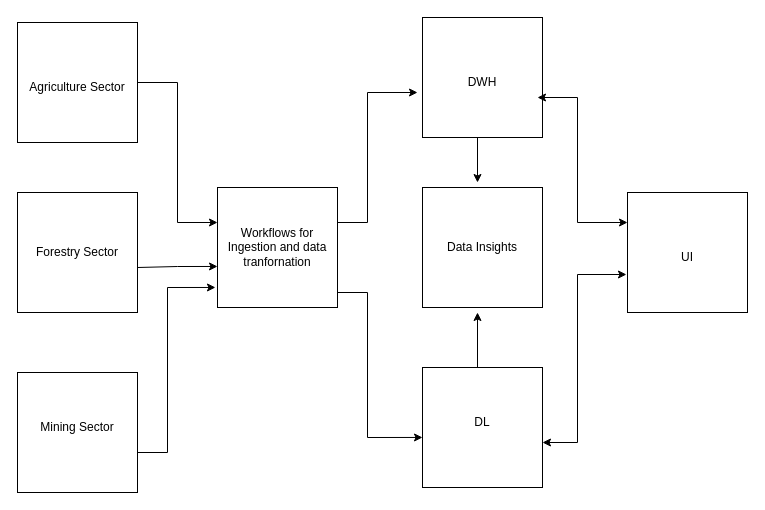
Earlier version of the draw.io diagram utils/Untitled Diagram.drawio (anapitalai/apec). Source tidied: cells renumbered, new cells numbered last; positions are measured from the earlier drawing's top-left corner, leaving out a move shared by most shapes. Both pictures are drawn from the tidied source at 100%, with x=0, y=0 at pixel (17, 17).
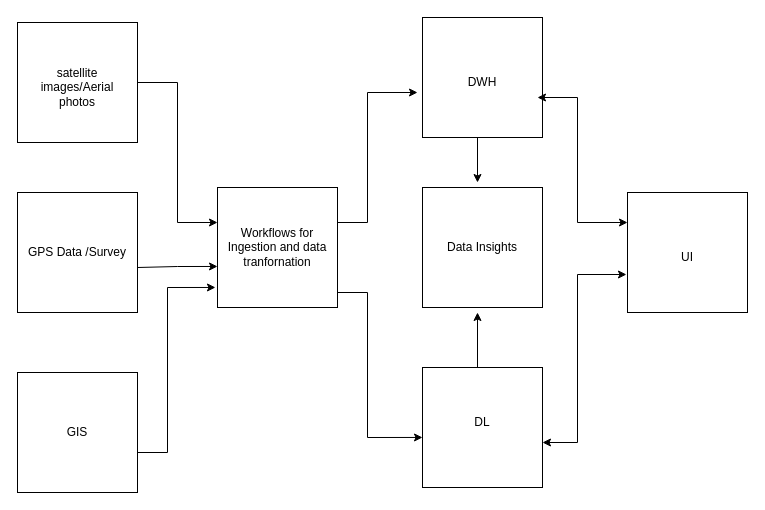
After the change.

Change to the diagram source:
```diff
@@
-    <mxCell id="4" style="whiteSpace=wrap;html=1;" parent="1" vertex="1">
+    <mxCell id="4" value="GIS" style="whiteSpace=wrap;html=1;" parent="1" vertex="1">
       <mxGeometry y="355" width="120" height="120" as="geometry" />
     </mxCell>
-    <mxCell id="5" value="Agriculture Sector" style="text;html=1;align=center;verticalAlign=middle;whiteSpace=wrap;rounded=0;" parent="1" vertex="1">
+    <mxCell id="5" value="satellite images/Aerial photos" style="text;html=1;align=center;verticalAlign=middle;whiteSpace=wrap;rounded=0;" parent="1" vertex="1">
       <mxGeometry x="5" y="35" width="110" height="70" as="geometry" />
     </mxCell>
-    <mxCell id="6" value="Forestry Sector" style="text;html=1;align=center;verticalAlign=middle;whiteSpace=wrap;rounded=0;" parent="1" vertex="1">
+    <mxCell id="6" value="GPS Data /Survey" style="text;html=1;align=center;verticalAlign=middle;whiteSpace=wrap;rounded=0;" parent="1" vertex="1">
       <mxGeometry x="5" y="200" width="110" height="70" as="geometry" />
     </mxCell>
-    <mxCell id="7" value="Mining Sector" style="text;html=1;align=center;verticalAlign=middle;whiteSpace=wrap;rounded=0;" parent="1" vertex="1">
-      <mxGeometry x="5" y="375" width="110" height="70" as="geometry" />
-    </mxCell>
```
